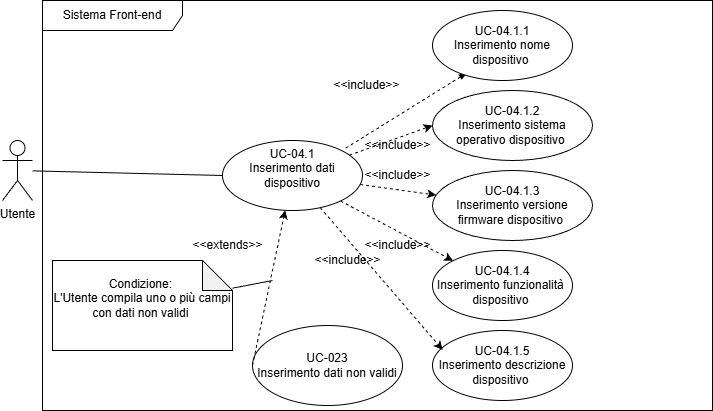
This is src/RTB/DocumentazioneEsterna/Analisi_dei_Requisiti/immagini/UC04.1.drawio.png from GroupRubberDuck/Documentazione, a draw.io export, as it was before one commit. Source tidied: cells renumbered, new cells last; positions are measured from the earlier drawing's top-left corner, leaving out a move shared by most shapes. The source it was exported from:
```xml
<mxGraphModel>
  <root>
    <mxCell id="0" />
    <mxCell id="1" parent="0" />
    <mxCell id="2" value="Sistema Front-end" style="shape=umlFrame;whiteSpace=wrap;html=1;width=140;height=30;" parent="1" vertex="1">
      <mxGeometry x="40" width="670" height="410" as="geometry" />
    </mxCell>
    <mxCell id="3" style="edgeStyle=none;html=1;entryX=0;entryY=0.5;entryDx=0;entryDy=0;endArrow=none;endFill=0;" parent="1" edge="1" source="8" target="7">
      <mxGeometry relative="1" as="geometry" />
    </mxCell>
    <mxCell id="4" style="edgeStyle=none;html=1;entryX=0;entryY=0.5;entryDx=0;entryDy=0;dashed=1;" parent="1" edge="1" source="7" target="11">
      <mxGeometry relative="1" as="geometry" />
    </mxCell>
    <mxCell id="5" style="edgeStyle=none;html=1;dashed=1;" parent="1" edge="1" source="7" target="12">
      <mxGeometry relative="1" as="geometry" />
    </mxCell>
    <mxCell id="6" style="edgeStyle=none;html=1;entryX=0;entryY=0;entryDx=0;entryDy=0;dashed=1;" parent="1" edge="1" source="7" target="13">
      <mxGeometry relative="1" as="geometry" />
    </mxCell>
    <mxCell id="7" value="&lt;div&gt;&lt;br&gt;&lt;/div&gt;UC-04.1&lt;div&gt;&lt;font color=&quot;#000000&quot;&gt;Inserimento dati dispositivo&lt;br&gt;&lt;/font&gt;&lt;div&gt;&lt;font color=&quot;#000000&quot;&gt;&amp;nbsp;&lt;br&gt;&lt;/font&gt;&lt;div&gt;&lt;br&gt;&lt;/div&gt;&lt;/div&gt;&lt;/div&gt;" style="ellipse;whiteSpace=wrap;html=1;" parent="1" vertex="1">
      <mxGeometry x="220" y="140" width="140" height="70" as="geometry" />
    </mxCell>
    <mxCell id="8" value="Utente" style="shape=umlActor;verticalLabelPosition=bottom;verticalAlign=top;html=1;" parent="1" vertex="1">
      <mxGeometry y="140" width="30" height="60" as="geometry" />
    </mxCell>
    <mxCell id="9" style="edgeStyle=none;html=1;startArrow=blockThin;startFill=1;endArrow=none;endFill=0;dashed=1;" parent="1" edge="1">
      <mxGeometry relative="1" as="geometry">
        <mxPoint x="464.8" y="72.1" as="sourcePoint" />
        <mxPoint x="343" y="147.8" as="targetPoint" />
      </mxGeometry>
    </mxCell>
    <mxCell id="10" value="&lt;div&gt;&lt;br&gt;&lt;/div&gt;UC-04.1.1&lt;div&gt;&lt;div&gt;&lt;font color=&quot;#000000&quot;&gt;&amp;nbsp;Inserimento nome&amp;nbsp; dispositivo&amp;nbsp;&lt;br&gt;&lt;/font&gt;&lt;div&gt;&lt;br&gt;&lt;/div&gt;&lt;/div&gt;&lt;/div&gt;" style="ellipse;whiteSpace=wrap;html=1;" parent="1" vertex="1">
      <mxGeometry x="430" y="10" width="140" height="70" as="geometry" />
    </mxCell>
    <mxCell id="11" value="&lt;div&gt;&lt;br&gt;&lt;/div&gt;&lt;span style=&quot;color: rgb(0, 0, 0);&quot;&gt;UC-04.1.2&lt;/span&gt;&lt;div style=&quot;color: rgb(63, 63, 63); scrollbar-color: rgb(226, 226, 226) rgb(251, 251, 251);&quot;&gt;&lt;/div&gt;&lt;div&gt;&lt;div&gt;&lt;font color=&quot;#000000&quot;&gt;Inserimento sistema operativo dispositivo&amp;nbsp;&lt;br&gt;&lt;/font&gt;&lt;div&gt;&lt;br&gt;&lt;/div&gt;&lt;/div&gt;&lt;/div&gt;" style="ellipse;whiteSpace=wrap;html=1;" parent="1" vertex="1">
      <mxGeometry x="430" y="90" width="160" height="70" as="geometry" />
    </mxCell>
    <mxCell id="12" value="&lt;div&gt;&lt;br&gt;&lt;/div&gt;&lt;span style=&quot;color: rgb(0, 0, 0);&quot;&gt;UC-04.1.3&lt;/span&gt;&lt;div style=&quot;color: rgb(63, 63, 63); scrollbar-color: rgb(226, 226, 226) rgb(251, 251, 251);&quot;&gt;&lt;/div&gt;&lt;div&gt;&lt;div&gt;&lt;font color=&quot;#000000&quot;&gt;Inserimento versione firmware dispositivo&amp;nbsp;&lt;br&gt;&lt;/font&gt;&lt;div&gt;&lt;br&gt;&lt;/div&gt;&lt;/div&gt;&lt;/div&gt;" style="ellipse;whiteSpace=wrap;html=1;" parent="1" vertex="1">
      <mxGeometry x="430" y="170" width="160" height="70" as="geometry" />
    </mxCell>
    <mxCell id="13" value="&lt;div&gt;&lt;br&gt;&lt;/div&gt;&lt;span style=&quot;color: rgb(0, 0, 0);&quot;&gt;UC-04.1.4&lt;/span&gt;&lt;div style=&quot;color: rgb(63, 63, 63); scrollbar-color: rgb(226, 226, 226) rgb(251, 251, 251);&quot;&gt;&lt;/div&gt;&lt;div&gt;&lt;div&gt;&lt;font color=&quot;#000000&quot;&gt;Inserimento funzionalità&amp;nbsp; dispositivo&amp;nbsp;&lt;br&gt;&lt;/font&gt;&lt;div&gt;&lt;br&gt;&lt;/div&gt;&lt;/div&gt;&lt;/div&gt;" style="ellipse;whiteSpace=wrap;html=1;" parent="1" vertex="1">
      <mxGeometry x="430" y="250" width="140" height="70" as="geometry" />
    </mxCell>
    <mxCell id="14" value="&lt;div&gt;&lt;br&gt;&lt;/div&gt;&lt;span style=&quot;color: rgb(0, 0, 0);&quot;&gt;UC-04.1.5&lt;/span&gt;&lt;div style=&quot;color: rgb(63, 63, 63); scrollbar-color: rgb(226, 226, 226) rgb(251, 251, 251);&quot;&gt;&lt;/div&gt;&lt;div&gt;&lt;div&gt;&lt;font color=&quot;#000000&quot;&gt;Inserimento descrizione dispositivo&amp;nbsp;&lt;br&gt;&lt;/font&gt;&lt;div&gt;&lt;br&gt;&lt;/div&gt;&lt;/div&gt;&lt;/div&gt;" style="ellipse;whiteSpace=wrap;html=1;" parent="1" vertex="1">
      <mxGeometry x="430" y="330" width="140" height="70" as="geometry" />
    </mxCell>
    <mxCell id="15" style="edgeStyle=none;html=1;entryX=0.072;entryY=0.276;entryDx=0;entryDy=0;entryPerimeter=0;dashed=1;" parent="1" edge="1" source="7" target="14">
      <mxGeometry relative="1" as="geometry" />
    </mxCell>
    <mxCell id="16" value="&amp;lt;&amp;lt;include&amp;gt;&amp;gt;" style="text;html=1;align=center;verticalAlign=middle;strokeColor=none;fillColor=none;" parent="1" vertex="1">
      <mxGeometry x="300" y="245" width="90" height="30" as="geometry" />
    </mxCell>
    <mxCell id="17" value="&amp;lt;&amp;lt;include&amp;gt;&amp;gt;" style="text;html=1;align=center;verticalAlign=middle;strokeColor=none;fillColor=none;" parent="1" vertex="1">
      <mxGeometry x="319" y="70" width="90" height="30" as="geometry" />
    </mxCell>
    <mxCell id="18" value="&amp;lt;&amp;lt;include&amp;gt;&amp;gt;" style="text;html=1;align=center;verticalAlign=middle;strokeColor=none;fillColor=none;" parent="1" vertex="1">
      <mxGeometry x="350" y="230" width="90" height="30" as="geometry" />
    </mxCell>
    <mxCell id="19" value="&amp;lt;&amp;lt;include&amp;gt;&amp;gt;" style="text;html=1;align=center;verticalAlign=middle;strokeColor=none;fillColor=none;" parent="1" vertex="1">
      <mxGeometry x="350" y="160" width="90" height="30" as="geometry" />
    </mxCell>
    <mxCell id="20" value="&amp;lt;&amp;lt;include&amp;gt;&amp;gt;" style="text;html=1;align=center;verticalAlign=middle;strokeColor=none;fillColor=none;" parent="1" vertex="1">
      <mxGeometry x="350" y="130" width="90" height="30" as="geometry" />
    </mxCell>
    <mxCell id="21" value="UC-023&lt;div&gt;Inserimento dati non validi&lt;/div&gt;" style="ellipse;whiteSpace=wrap;html=1;" parent="1" vertex="1">
      <mxGeometry x="250" y="325" width="150" height="80" as="geometry" />
    </mxCell>
    <mxCell id="22" style="edgeStyle=none;html=1;dashed=1;exitX=0;exitY=0.5;exitDx=0;exitDy=0;" parent="1" edge="1" source="21" target="7">
      <mxGeometry relative="1" as="geometry" />
    </mxCell>
    <mxCell id="23" value="&amp;lt;&amp;lt;extends&amp;gt;&amp;gt;" style="text;html=1;align=center;verticalAlign=middle;strokeColor=none;fillColor=none;" parent="1" vertex="1">
      <mxGeometry x="180" y="230" width="90" height="30" as="geometry" />
    </mxCell>
    <mxCell id="24" style="edgeStyle=none;html=1;endArrow=none;endFill=0;" parent="1" edge="1" source="25">
      <mxGeometry relative="1" as="geometry">
        <mxPoint x="270" y="280" as="targetPoint" />
      </mxGeometry>
    </mxCell>
    <mxCell id="25" value="Condizione:&amp;nbsp;&lt;div&gt;L'Utente compila uno o più campi con dati non validi&amp;nbsp;&lt;/div&gt;&lt;div&gt;&amp;nbsp;&lt;/div&gt;" style="shape=note;whiteSpace=wrap;html=1;backgroundOutline=1;darkOpacity=0.05;" parent="1" vertex="1">
      <mxGeometry x="50" y="260" width="180" height="90" as="geometry" />
    </mxCell>
  </root>
</mxGraphModel>
```
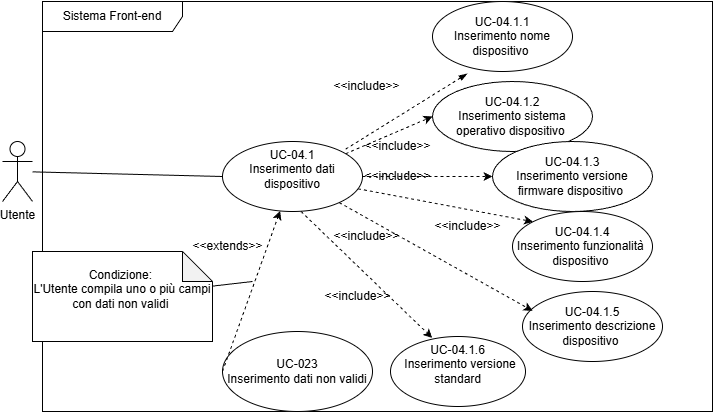
The same diagram one commit later.

Diff of the diagram source:
```diff
@@ -30,31 +30,31 @@
       </mxGeometry>
     </mxCell>
     <mxCell id="10" value="&lt;div&gt;&lt;br&gt;&lt;/div&gt;UC-04.1.1&lt;div&gt;&lt;div&gt;&lt;font color=&quot;#000000&quot;&gt;&amp;nbsp;Inserimento nome&amp;nbsp; dispositivo&amp;nbsp;&lt;br&gt;&lt;/font&gt;&lt;div&gt;&lt;br&gt;&lt;/div&gt;&lt;/div&gt;&lt;/div&gt;" style="ellipse;whiteSpace=wrap;html=1;" parent="1" vertex="1">
-      <mxGeometry x="430" y="10" width="140" height="70" as="geometry" />
+      <mxGeometry x="430" width="140" height="70" as="geometry" />
     </mxCell>
     <mxCell id="11" value="&lt;div&gt;&lt;br&gt;&lt;/div&gt;&lt;span style=&quot;color: rgb(0, 0, 0);&quot;&gt;UC-04.1.2&lt;/span&gt;&lt;div style=&quot;color: rgb(63, 63, 63); scrollbar-color: rgb(226, 226, 226) rgb(251, 251, 251);&quot;&gt;&lt;/div&gt;&lt;div&gt;&lt;div&gt;&lt;font color=&quot;#000000&quot;&gt;Inserimento sistema operativo dispositivo&amp;nbsp;&lt;br&gt;&lt;/font&gt;&lt;div&gt;&lt;br&gt;&lt;/div&gt;&lt;/div&gt;&lt;/div&gt;" style="ellipse;whiteSpace=wrap;html=1;" parent="1" vertex="1">
-      <mxGeometry x="430" y="90" width="160" height="70" as="geometry" />
+      <mxGeometry x="430" y="80" width="160" height="70" as="geometry" />
     </mxCell>
     <mxCell id="12" value="&lt;div&gt;&lt;br&gt;&lt;/div&gt;&lt;span style=&quot;color: rgb(0, 0, 0);&quot;&gt;UC-04.1.3&lt;/span&gt;&lt;div style=&quot;color: rgb(63, 63, 63); scrollbar-color: rgb(226, 226, 226) rgb(251, 251, 251);&quot;&gt;&lt;/div&gt;&lt;div&gt;&lt;div&gt;&lt;font color=&quot;#000000&quot;&gt;Inserimento versione firmware dispositivo&amp;nbsp;&lt;br&gt;&lt;/font&gt;&lt;div&gt;&lt;br&gt;&lt;/div&gt;&lt;/div&gt;&lt;/div&gt;" style="ellipse;whiteSpace=wrap;html=1;" parent="1" vertex="1">
-      <mxGeometry x="430" y="170" width="160" height="70" as="geometry" />
+      <mxGeometry x="490" y="140" width="160" height="70" as="geometry" />
     </mxCell>
     <mxCell id="13" value="&lt;div&gt;&lt;br&gt;&lt;/div&gt;&lt;span style=&quot;color: rgb(0, 0, 0);&quot;&gt;UC-04.1.4&lt;/span&gt;&lt;div style=&quot;color: rgb(63, 63, 63); scrollbar-color: rgb(226, 226, 226) rgb(251, 251, 251);&quot;&gt;&lt;/div&gt;&lt;div&gt;&lt;div&gt;&lt;font color=&quot;#000000&quot;&gt;Inserimento funzionalità&amp;nbsp; dispositivo&amp;nbsp;&lt;br&gt;&lt;/font&gt;&lt;div&gt;&lt;br&gt;&lt;/div&gt;&lt;/div&gt;&lt;/div&gt;" style="ellipse;whiteSpace=wrap;html=1;" parent="1" vertex="1">
-      <mxGeometry x="430" y="250" width="140" height="70" as="geometry" />
+      <mxGeometry x="510" y="210" width="140" height="70" as="geometry" />
     </mxCell>
     <mxCell id="14" value="&lt;div&gt;&lt;br&gt;&lt;/div&gt;&lt;span style=&quot;color: rgb(0, 0, 0);&quot;&gt;UC-04.1.5&lt;/span&gt;&lt;div style=&quot;color: rgb(63, 63, 63); scrollbar-color: rgb(226, 226, 226) rgb(251, 251, 251);&quot;&gt;&lt;/div&gt;&lt;div&gt;&lt;div&gt;&lt;font color=&quot;#000000&quot;&gt;Inserimento descrizione dispositivo&amp;nbsp;&lt;br&gt;&lt;/font&gt;&lt;div&gt;&lt;br&gt;&lt;/div&gt;&lt;/div&gt;&lt;/div&gt;" style="ellipse;whiteSpace=wrap;html=1;" parent="1" vertex="1">
-      <mxGeometry x="430" y="330" width="140" height="70" as="geometry" />
+      <mxGeometry x="520" y="290" width="140" height="70" as="geometry" />
     </mxCell>
     <mxCell id="15" style="edgeStyle=none;html=1;entryX=0.072;entryY=0.276;entryDx=0;entryDy=0;entryPerimeter=0;dashed=1;" parent="1" edge="1" source="7" target="14">
       <mxGeometry relative="1" as="geometry" />
     </mxCell>
     <mxCell id="16" value="&amp;lt;&amp;lt;include&amp;gt;&amp;gt;" style="text;html=1;align=center;verticalAlign=middle;strokeColor=none;fillColor=none;" parent="1" vertex="1">
-      <mxGeometry x="300" y="245" width="90" height="30" as="geometry" />
+      <mxGeometry x="319" y="220" width="90" height="30" as="geometry" />
     </mxCell>
     <mxCell id="17" value="&amp;lt;&amp;lt;include&amp;gt;&amp;gt;" style="text;html=1;align=center;verticalAlign=middle;strokeColor=none;fillColor=none;" parent="1" vertex="1">
       <mxGeometry x="319" y="70" width="90" height="30" as="geometry" />
     </mxCell>
     <mxCell id="18" value="&amp;lt;&amp;lt;include&amp;gt;&amp;gt;" style="text;html=1;align=center;verticalAlign=middle;strokeColor=none;fillColor=none;" parent="1" vertex="1">
-      <mxGeometry x="350" y="230" width="90" height="30" as="geometry" />
+      <mxGeometry x="420" y="210" width="90" height="30" as="geometry" />
     </mxCell>
     <mxCell id="19" value="&amp;lt;&amp;lt;include&amp;gt;&amp;gt;" style="text;html=1;align=center;verticalAlign=middle;strokeColor=none;fillColor=none;" parent="1" vertex="1">
       <mxGeometry x="350" y="160" width="90" height="30" as="geometry" />
@@ -63,7 +63,7 @@
       <mxGeometry x="350" y="130" width="90" height="30" as="geometry" />
     </mxCell>
     <mxCell id="21" value="UC-023&lt;div&gt;Inserimento dati non validi&lt;/div&gt;" style="ellipse;whiteSpace=wrap;html=1;" parent="1" vertex="1">
-      <mxGeometry x="250" y="325" width="150" height="80" as="geometry" />
+      <mxGeometry x="220" y="330" width="150" height="80" as="geometry" />
     </mxCell>
     <mxCell id="22" style="edgeStyle=none;html=1;dashed=1;exitX=0;exitY=0.5;exitDx=0;exitDy=0;" parent="1" edge="1" source="21" target="7">
       <mxGeometry relative="1" as="geometry" />
@@ -73,11 +73,22 @@
     </mxCell>
     <mxCell id="24" style="edgeStyle=none;html=1;endArrow=none;endFill=0;" parent="1" edge="1" source="25">
       <mxGeometry relative="1" as="geometry">
-        <mxPoint x="270" y="280" as="targetPoint" />
+        <mxPoint x="250" y="280" as="targetPoint" />
       </mxGeometry>
     </mxCell>
     <mxCell id="25" value="Condizione:&amp;nbsp;&lt;div&gt;L'Utente compila uno o più campi con dati non validi&amp;nbsp;&lt;/div&gt;&lt;div&gt;&amp;nbsp;&lt;/div&gt;" style="shape=note;whiteSpace=wrap;html=1;backgroundOutline=1;darkOpacity=0.05;" parent="1" vertex="1">
-      <mxGeometry x="50" y="260" width="180" height="90" as="geometry" />
+      <mxGeometry x="30" y="250" width="180" height="90" as="geometry" />
     </mxCell>
+    <mxCell id="26" value="&lt;div&gt;&lt;br&gt;&lt;/div&gt;&lt;span style=&quot;color: rgb(0, 0, 0);&quot;&gt;UC-04.1.6&lt;/span&gt;&lt;div style=&quot;color: rgb(63, 63, 63); scrollbar-color: rgb(226, 226, 226) rgb(251, 251, 251);&quot;&gt;&lt;/div&gt;&lt;div&gt;&lt;div style=&quot;text-align: start;&quot;&gt;&lt;span style=&quot;background-color: transparent;&quot;&gt;&amp;nbsp; &amp;nbsp; Inserimento versione&amp;nbsp; &amp;nbsp; &amp;nbsp; &amp;nbsp; &amp;nbsp; &amp;nbsp; &amp;nbsp; &amp;nbsp;standard&lt;/span&gt;&lt;/div&gt;&lt;div&gt;&lt;br&gt;&lt;div style=&quot;text-align: start;&quot;&gt;&lt;br&gt;&lt;/div&gt;&lt;/div&gt;&lt;/div&gt;" style="ellipse;whiteSpace=wrap;html=1;" parent="1" vertex="1">
+      <mxGeometry x="388" y="335" width="135" height="70" as="geometry" />
+    </mxCell>
+    <mxCell id="27" style="edgeStyle=none;html=1;entryX=0.309;entryY=0.02;entryDx=0;entryDy=0;entryPerimeter=0;dashed=1;" parent="1" edge="1" target="26">
+      <mxGeometry relative="1" as="geometry">
+        <mxPoint x="298.5" y="210" as="sourcePoint" />
+      </mxGeometry>
+    </mxCell>
+    <mxCell id="28" value="&amp;lt;&amp;lt;include&amp;gt;&amp;gt;" style="text;html=1;align=center;verticalAlign=middle;strokeColor=none;fillColor=none;" parent="1" vertex="1">
+      <mxGeometry x="310" y="280" width="90" height="30" as="geometry" />
+    </mxCell>
   </root>
 </mxGraphModel>
```
